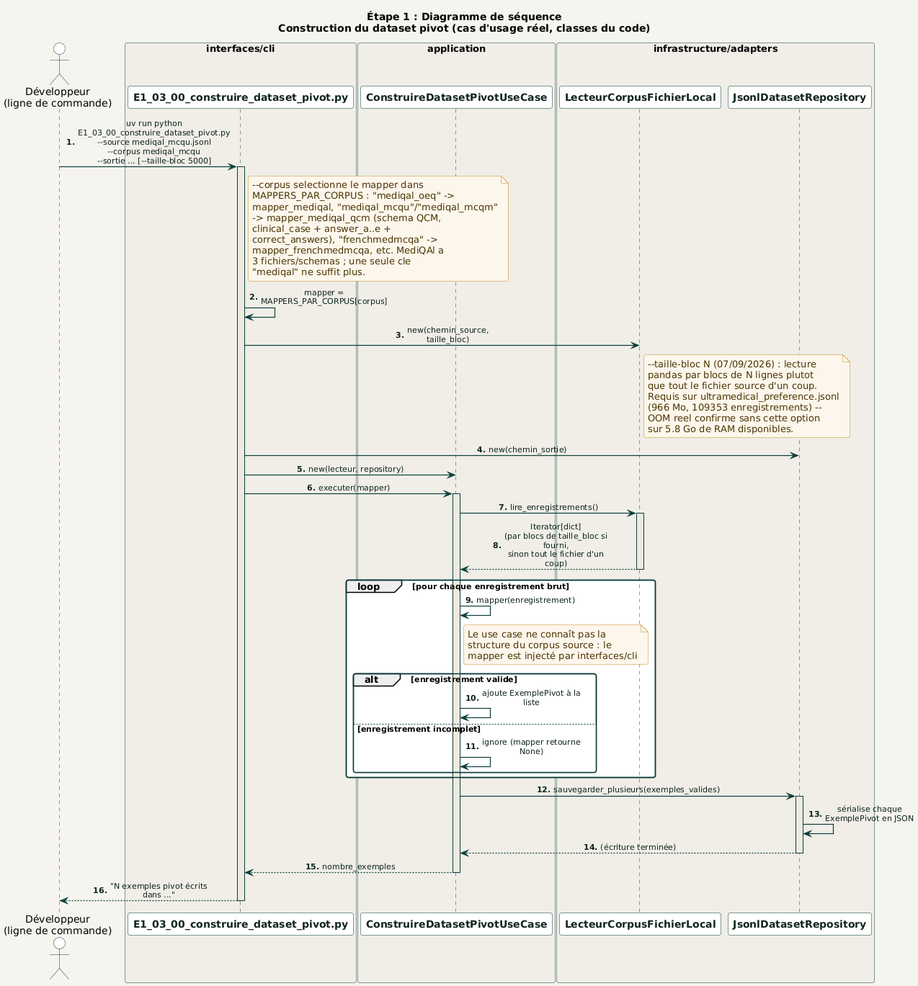
Earlier version of the PlantUML export docs/diagrams/02_etape1_donnees/sequence/construction_dataset_pivot.png (racemartin/m14_ocr).
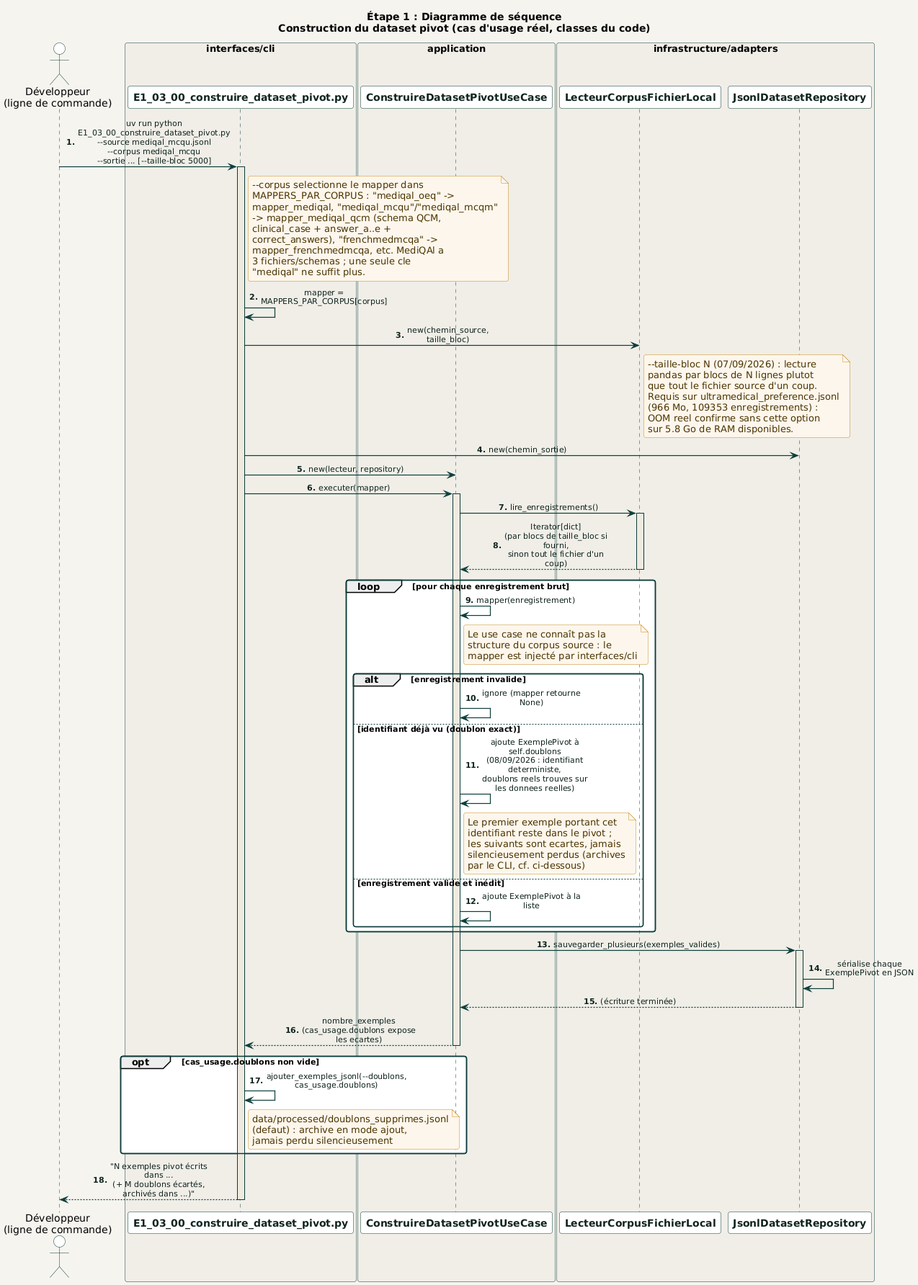
The same file after the commit.

Change to the diagram source:
```diff
@@ -42,7 +42,7 @@
   pandas par blocs de N lignes plutot
   que tout le fichier source d'un coup.
   Requis sur ultramedical_preference.jsonl
-  (966 Mo, 109353 enregistrements) --
+  (966 Mo, 109353 enregistrements) :
   OOM reel confirme sans cette option
   sur 5.8 Go de RAM disponibles.
 end note
@@ -65,10 +65,19 @@
     mapper est injecté par interfaces/cli
   end note
 
-  alt enregistrement valide
+  alt enregistrement invalide
+    UC -> UC : ignore (mapper retourne None)
+  else identifiant déjà vu (doublon exact)
+    UC -> UC : ajoute ExemplePivot à self.doublons\n(08/09/2026 : identifiant deterministe,\ndoublons reels trouves sur les donnees reelles)
+    note right of UC
+      Le premier exemple portant cet
+      identifiant reste dans le pivot ;
+      les suivants sont ecartes, jamais
+      silencieusement perdus (archives
+      par le CLI, cf. ci-dessous)
+    end note
+  else enregistrement valide et inédit
     UC -> UC : ajoute ExemplePivot à la liste
-  else enregistrement incomplet
-    UC -> UC : ignore (mapper retourne None)
   end
 end
 
@@ -78,10 +87,19 @@
 Repo --> UC : (écriture terminée)
 deactivate Repo
 
-UC --> CLI : nombre_exemples
+UC --> CLI : nombre_exemples\n(cas_usage.doublons expose les ecartes)
 deactivate UC
 
-CLI --> Dev : "N exemples pivot écrits dans ..."
+opt cas_usage.doublons non vide
+  CLI -> CLI : ajouter_exemples_jsonl(--doublons, cas_usage.doublons)
+  note right of CLI
+    data/processed/doublons_supprimes.jsonl
+    (defaut) : archive en mode ajout,
+    jamais perdu silencieusement
+  end note
+end
+
+CLI --> Dev : "N exemples pivot écrits dans ...\n(+ M doublons écartés, archivés dans ...)"
 deactivate CLI
 
 @enduml
```
